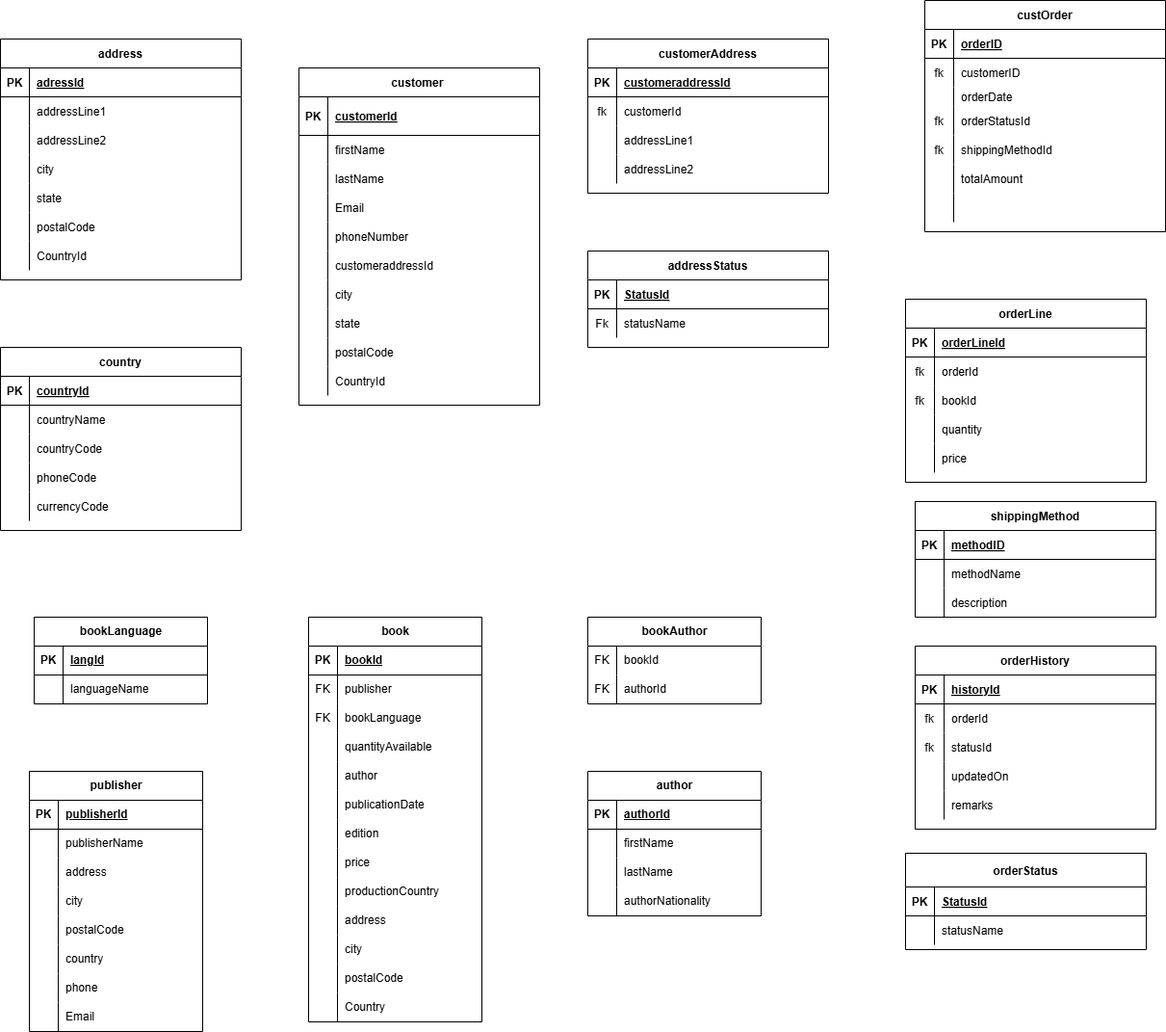
Above: databaseDesignAssignment.drawio.png in SanelisiweZ/Database-group-assignment (draw.io), before the change. Source tidied: cells renumbered, new cells last; positions are measured from the earlier drawing's top-left corner, leaving out a move shared by most shapes.
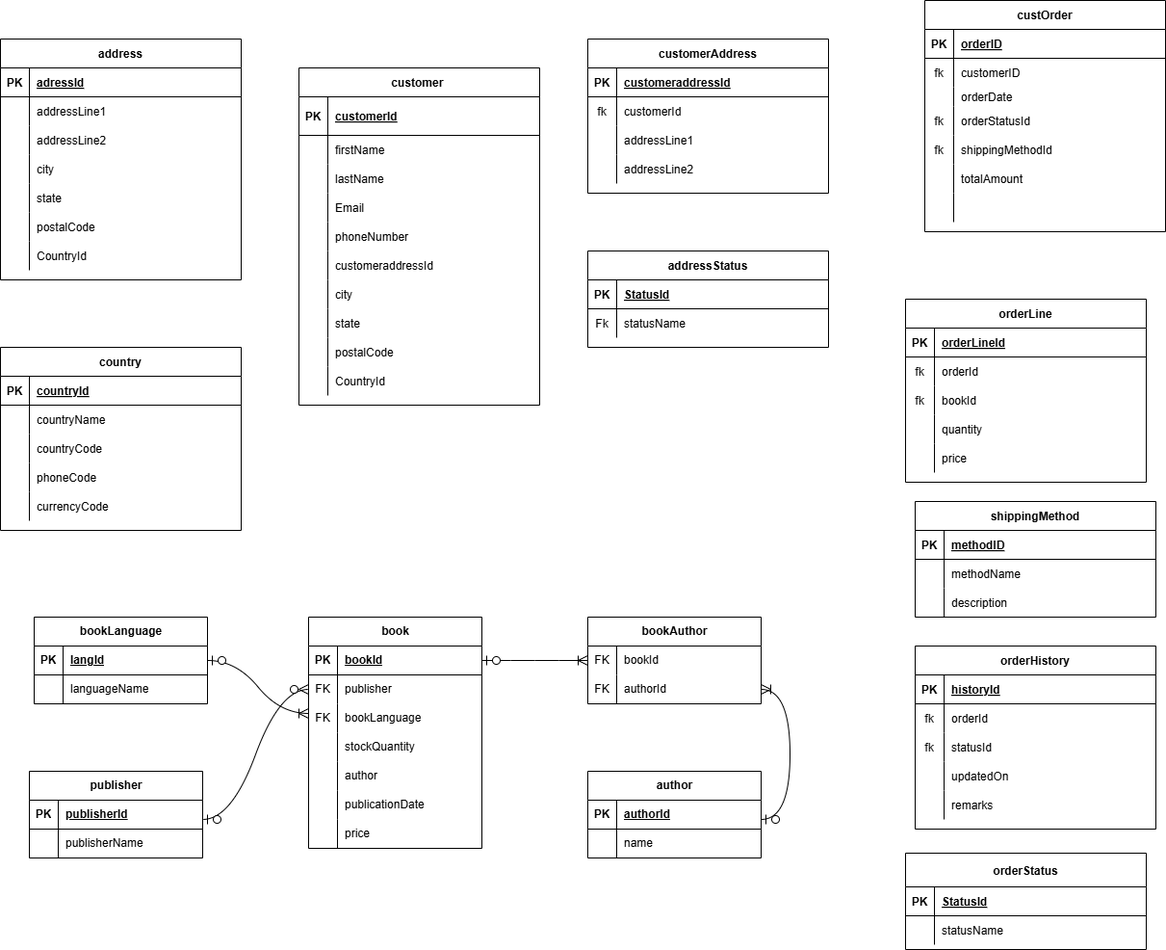
After the commit.

Change to the diagram source:
```diff
@@ -291,7 +291,7 @@
       <mxGeometry x="30" width="150" height="30" as="geometry" />
     </mxCell>
     <mxCell id="98" value="book" style="shape=table;startSize=30;rowLines=0;fontStyle=1;align=center;html=1;" parent="1" vertex="1">
-      <mxGeometry x="320" y="640" width="180" height="420" as="geometry" />
+      <mxGeometry x="320" y="640" width="180" height="240" as="geometry" />
     </mxCell>
     <mxCell id="99" style="shape=tableRow;horizontal=0;startSize=0;swimlaneHead=0;swimlaneBody=0;fillColor=none;points=[[0,0.5],[1,0.5]];portConstraint=eastwest;top=0;left=0;right=0;bottom=1;" parent="98" vertex="1">
       <mxGeometry y="30" width="180" height="30" as="geometry" />
@@ -326,7 +326,7 @@
     <mxCell id="109" style="shape=partialRectangle;fillColor=none;top=0;left=0;bottom=0;right=0;overflow=hidden;whiteSpace=wrap;html=1;" parent="108" vertex="1">
       <mxGeometry width="30" height="30" as="geometry" />
     </mxCell>
-    <mxCell id="110" value="quantityAvailable" style="shape=partialRectangle;fillColor=none;top=0;left=0;bottom=0;right=0;align=left;spacingLeft=6;overflow=hidden;whiteSpace=wrap;html=1;" parent="108" vertex="1">
+    <mxCell id="110" value="stockQuantity" style="shape=partialRectangle;fillColor=none;top=0;left=0;bottom=0;right=0;align=left;spacingLeft=6;overflow=hidden;whiteSpace=wrap;html=1;" parent="108" vertex="1">
       <mxGeometry x="30" width="150" height="30" as="geometry" />
     </mxCell>
     <mxCell id="111" style="shape=tableRow;horizontal=0;startSize=0;swimlaneHead=0;swimlaneBody=0;fillColor=none;top=0;left=0;right=0;bottom=0;" parent="98" vertex="1">
@@ -347,17 +347,8 @@
     <mxCell id="116" value="publicationDate" style="shape=partialRectangle;fillColor=none;top=0;left=0;bottom=0;right=0;align=left;spacingLeft=6;overflow=hidden;whiteSpace=wrap;html=1;" parent="114" vertex="1">
       <mxGeometry x="30" width="150" height="30" as="geometry" />
     </mxCell>
-    <mxCell id="117" style="shape=tableRow;horizontal=0;startSize=0;swimlaneHead=0;swimlaneBody=0;fillColor=none;top=0;left=0;right=0;bottom=0;" parent="98" vertex="1">
-      <mxGeometry y="210" width="180" height="30" as="geometry" />
-    </mxCell>
-    <mxCell id="118" style="shape=partialRectangle;fillColor=none;top=0;left=0;bottom=0;right=0;overflow=hidden;whiteSpace=wrap;html=1;" parent="117" vertex="1">
-      <mxGeometry width="30" height="30" as="geometry" />
-    </mxCell>
-    <mxCell id="119" value="edition" style="shape=partialRectangle;fillColor=none;top=0;left=0;bottom=0;right=0;align=left;spacingLeft=6;overflow=hidden;whiteSpace=wrap;html=1;" parent="117" vertex="1">
-      <mxGeometry x="30" width="150" height="30" as="geometry" />
-    </mxCell>
     <mxCell id="120" style="shape=tableRow;horizontal=0;startSize=0;swimlaneHead=0;swimlaneBody=0;fillColor=none;top=0;left=0;right=0;bottom=0;" parent="98" vertex="1">
-      <mxGeometry y="240" width="180" height="30" as="geometry" />
+      <mxGeometry y="210" width="180" height="30" as="geometry" />
     </mxCell>
     <mxCell id="121" style="shape=partialRectangle;fillColor=none;top=0;left=0;bottom=0;right=0;overflow=hidden;whiteSpace=wrap;html=1;" parent="120" vertex="1">
       <mxGeometry width="30" height="30" as="geometry" />
@@ -365,53 +356,8 @@
     <mxCell id="122" value="price" style="shape=partialRectangle;fillColor=none;top=0;left=0;bottom=0;right=0;align=left;spacingLeft=6;overflow=hidden;whiteSpace=wrap;html=1;" parent="120" vertex="1">
       <mxGeometry x="30" width="150" height="30" as="geometry" />
     </mxCell>
-    <mxCell id="123" style="shape=tableRow;horizontal=0;startSize=0;swimlaneHead=0;swimlaneBody=0;fillColor=none;top=0;left=0;right=0;bottom=0;" parent="98" vertex="1">
-      <mxGeometry y="270" width="180" height="30" as="geometry" />
-    </mxCell>
-    <mxCell id="124" style="shape=partialRectangle;fillColor=none;top=0;left=0;bottom=0;right=0;overflow=hidden;whiteSpace=wrap;html=1;" parent="123" vertex="1">
-      <mxGeometry width="30" height="30" as="geometry" />
-    </mxCell>
-    <mxCell id="125" value="productionCountry" style="shape=partialRectangle;fillColor=none;top=0;left=0;bottom=0;right=0;align=left;spacingLeft=6;overflow=hidden;whiteSpace=wrap;html=1;" parent="123" vertex="1">
-      <mxGeometry x="30" width="150" height="30" as="geometry" />
-    </mxCell>
-    <mxCell id="126" style="shape=tableRow;horizontal=0;startSize=0;swimlaneHead=0;swimlaneBody=0;fillColor=none;top=0;left=0;right=0;bottom=0;" parent="98" vertex="1">
-      <mxGeometry y="300" width="180" height="30" as="geometry" />
-    </mxCell>
-    <mxCell id="127" style="shape=partialRectangle;fillColor=none;top=0;left=0;bottom=0;right=0;overflow=hidden;whiteSpace=wrap;html=1;" parent="126" vertex="1">
-      <mxGeometry width="30" height="30" as="geometry" />
-    </mxCell>
-    <mxCell id="128" value="address" style="shape=partialRectangle;fillColor=none;top=0;left=0;bottom=0;right=0;align=left;spacingLeft=6;overflow=hidden;whiteSpace=wrap;html=1;" parent="126" vertex="1">
-      <mxGeometry x="30" width="150" height="30" as="geometry" />
-    </mxCell>
-    <mxCell id="129" style="shape=tableRow;horizontal=0;startSize=0;swimlaneHead=0;swimlaneBody=0;fillColor=none;top=0;left=0;right=0;bottom=0;" parent="98" vertex="1">
-      <mxGeometry y="330" width="180" height="30" as="geometry" />
-    </mxCell>
-    <mxCell id="130" style="shape=partialRectangle;fillColor=none;top=0;left=0;bottom=0;right=0;overflow=hidden;whiteSpace=wrap;html=1;" parent="129" vertex="1">
-      <mxGeometry width="30" height="30" as="geometry" />
-    </mxCell>
-    <mxCell id="131" value="city" style="shape=partialRectangle;fillColor=none;top=0;left=0;bottom=0;right=0;align=left;spacingLeft=6;overflow=hidden;whiteSpace=wrap;html=1;" parent="129" vertex="1">
-      <mxGeometry x="30" width="150" height="30" as="geometry" />
-    </mxCell>
-    <mxCell id="132" style="shape=tableRow;horizontal=0;startSize=0;swimlaneHead=0;swimlaneBody=0;fillColor=none;top=0;left=0;right=0;bottom=0;" parent="98" vertex="1">
-      <mxGeometry y="360" width="180" height="30" as="geometry" />
-    </mxCell>
-    <mxCell id="133" style="shape=partialRectangle;fillColor=none;top=0;left=0;bottom=0;right=0;overflow=hidden;whiteSpace=wrap;html=1;" parent="132" vertex="1">
-      <mxGeometry width="30" height="30" as="geometry" />
-    </mxCell>
-    <mxCell id="134" value="postalCode" style="shape=partialRectangle;fillColor=none;top=0;left=0;bottom=0;right=0;align=left;spacingLeft=6;overflow=hidden;whiteSpace=wrap;html=1;" parent="132" vertex="1">
-      <mxGeometry x="30" width="150" height="30" as="geometry" />
-    </mxCell>
-    <mxCell id="135" style="shape=tableRow;horizontal=0;startSize=0;swimlaneHead=0;swimlaneBody=0;fillColor=none;top=0;left=0;right=0;bottom=0;" parent="98" vertex="1">
-      <mxGeometry y="390" width="180" height="30" as="geometry" />
-    </mxCell>
-    <mxCell id="136" style="shape=partialRectangle;fillColor=none;top=0;left=0;bottom=0;right=0;overflow=hidden;whiteSpace=wrap;html=1;" parent="135" vertex="1">
-      <mxGeometry width="30" height="30" as="geometry" />
-    </mxCell>
-    <mxCell id="137" value="Country" style="shape=partialRectangle;fillColor=none;top=0;left=0;bottom=0;right=0;align=left;spacingLeft=6;overflow=hidden;whiteSpace=wrap;html=1;" parent="135" vertex="1">
-      <mxGeometry x="30" width="150" height="30" as="geometry" />
-    </mxCell>
     <mxCell id="138" value="publisher" style="shape=table;startSize=30;rowLines=0;fontStyle=1;align=center;html=1;" parent="1" vertex="1">
-      <mxGeometry x="30" y="800" width="180" height="270" as="geometry" />
+      <mxGeometry x="30" y="800" width="180" height="90" as="geometry" />
     </mxCell>
     <mxCell id="139" style="shape=tableRow;horizontal=0;startSize=0;swimlaneHead=0;swimlaneBody=0;fillColor=none;top=0;left=0;right=0;bottom=1;" parent="138" vertex="1">
       <mxGeometry y="30" width="180" height="30" as="geometry" />
@@ -431,60 +377,6 @@
     <mxCell id="144" value="publisherName" style="shape=partialRectangle;fillColor=none;top=0;left=0;bottom=0;right=0;align=left;spacingLeft=6;overflow=hidden;whiteSpace=wrap;html=1;" parent="142" vertex="1">
       <mxGeometry x="30" width="150" height="30" as="geometry" />
     </mxCell>
-    <mxCell id="145" style="shape=tableRow;horizontal=0;startSize=0;swimlaneHead=0;swimlaneBody=0;fillColor=none;top=0;left=0;right=0;bottom=0;" parent="138" vertex="1">
-      <mxGeometry y="90" width="180" height="30" as="geometry" />
-    </mxCell>
-    <mxCell id="146" style="shape=partialRectangle;fillColor=none;top=0;left=0;bottom=0;right=0;overflow=hidden;whiteSpace=wrap;html=1;" parent="145" vertex="1">
-      <mxGeometry width="30" height="30" as="geometry" />
-    </mxCell>
-    <mxCell id="147" value="address" style="shape=partialRectangle;fillColor=none;top=0;left=0;bottom=0;right=0;align=left;spacingLeft=6;overflow=hidden;whiteSpace=wrap;html=1;" parent="145" vertex="1">
-      <mxGeometry x="30" width="150" height="30" as="geometry" />
-    </mxCell>
-    <mxCell id="148" style="shape=tableRow;horizontal=0;startSize=0;swimlaneHead=0;swimlaneBody=0;fillColor=none;top=0;left=0;right=0;bottom=0;" parent="138" vertex="1">
-      <mxGeometry y="120" width="180" height="30" as="geometry" />
-    </mxCell>
-    <mxCell id="149" style="shape=partialRectangle;fillColor=none;top=0;left=0;bottom=0;right=0;overflow=hidden;whiteSpace=wrap;html=1;" parent="148" vertex="1">
-      <mxGeometry width="30" height="30" as="geometry" />
-    </mxCell>
-    <mxCell id="150" value="city" style="shape=partialRectangle;fillColor=none;top=0;left=0;bottom=0;right=0;align=left;spacingLeft=6;overflow=hidden;whiteSpace=wrap;html=1;" parent="148" vertex="1">
-      <mxGeometry x="30" width="150" height="30" as="geometry" />
-    </mxCell>
-    <mxCell id="151" style="shape=tableRow;horizontal=0;startSize=0;swimlaneHead=0;swimlaneBody=0;fillColor=none;top=0;left=0;right=0;bottom=0;" parent="138" vertex="1">
-      <mxGeometry y="150" width="180" height="30" as="geometry" />
-    </mxCell>
-    <mxCell id="152" style="shape=partialRectangle;fillColor=none;top=0;left=0;bottom=0;right=0;overflow=hidden;whiteSpace=wrap;html=1;" parent="151" vertex="1">
-      <mxGeometry width="30" height="30" as="geometry" />
-    </mxCell>
-    <mxCell id="153" value="postalCode" style="shape=partialRectangle;fillColor=none;top=0;left=0;bottom=0;right=0;align=left;spacingLeft=6;overflow=hidden;whiteSpace=wrap;html=1;" parent="151" vertex="1">
-      <mxGeometry x="30" width="150" height="30" as="geometry" />
-    </mxCell>
-    <mxCell id="154" style="shape=tableRow;horizontal=0;startSize=0;swimlaneHead=0;swimlaneBody=0;fillColor=none;top=0;left=0;right=0;bottom=0;" parent="138" vertex="1">
-      <mxGeometry y="180" width="180" height="30" as="geometry" />
-    </mxCell>
-    <mxCell id="155" style="shape=partialRectangle;fillColor=none;top=0;left=0;bottom=0;right=0;overflow=hidden;whiteSpace=wrap;html=1;" parent="154" vertex="1">
-      <mxGeometry width="30" height="30" as="geometry" />
-    </mxCell>
-    <mxCell id="156" value="country" style="shape=partialRectangle;fillColor=none;top=0;left=0;bottom=0;right=0;align=left;spacingLeft=6;overflow=hidden;whiteSpace=wrap;html=1;" parent="154" vertex="1">
-      <mxGeometry x="30" width="150" height="30" as="geometry" />
-    </mxCell>
-    <mxCell id="157" style="shape=tableRow;horizontal=0;startSize=0;swimlaneHead=0;swimlaneBody=0;fillColor=none;top=0;left=0;right=0;bottom=0;" parent="138" vertex="1">
-      <mxGeometry y="210" width="180" height="30" as="geometry" />
-    </mxCell>
-    <mxCell id="158" style="shape=partialRectangle;fillColor=none;top=0;left=0;bottom=0;right=0;overflow=hidden;whiteSpace=wrap;html=1;" parent="157" vertex="1">
-      <mxGeometry width="30" height="30" as="geometry" />
-    </mxCell>
-    <mxCell id="159" value="phone" style="shape=partialRectangle;fillColor=none;top=0;left=0;bottom=0;right=0;align=left;spacingLeft=6;overflow=hidden;whiteSpace=wrap;html=1;" parent="157" vertex="1">
-      <mxGeometry x="30" width="150" height="30" as="geometry" />
-    </mxCell>
-    <mxCell id="160" style="shape=tableRow;horizontal=0;startSize=0;swimlaneHead=0;swimlaneBody=0;fillColor=none;top=0;left=0;right=0;bottom=0;" parent="138" vertex="1">
-      <mxGeometry y="240" width="180" height="30" as="geometry" />
-    </mxCell>
-    <mxCell id="161" style="shape=partialRectangle;fillColor=none;top=0;left=0;bottom=0;right=0;overflow=hidden;whiteSpace=wrap;html=1;" parent="160" vertex="1">
-      <mxGeometry width="30" height="30" as="geometry" />
-    </mxCell>
-    <mxCell id="162" value="Email" style="shape=partialRectangle;fillColor=none;top=0;left=0;bottom=0;right=0;align=left;spacingLeft=6;overflow=hidden;whiteSpace=wrap;html=1;" parent="160" vertex="1">
-      <mxGeometry x="30" width="150" height="30" as="geometry" />
-    </mxCell>
     <mxCell id="163" value="bookAuthor" style="shape=table;startSize=30;rowLines=0;fontStyle=1;align=center;html=1;" parent="1" vertex="1">
       <mxGeometry x="610" y="640" width="180" height="90" as="geometry" />
     </mxCell>
@@ -507,7 +399,7 @@
       <mxGeometry x="30" width="150" height="30" as="geometry" />
     </mxCell>
     <mxCell id="170" value="author" style="shape=table;startSize=30;rowLines=0;fontStyle=1;align=center;html=1;" parent="1" vertex="1">
-      <mxGeometry x="610" y="800" width="180" height="150" as="geometry" />
+      <mxGeometry x="610" y="800" width="180" height="90" as="geometry" />
     </mxCell>
     <mxCell id="171" style="shape=tableRow;horizontal=0;startSize=0;swimlaneHead=0;swimlaneBody=0;fillColor=none;top=0;left=0;right=0;bottom=1;" parent="170" vertex="1">
       <mxGeometry y="30" width="180" height="30" as="geometry" />
@@ -524,27 +416,9 @@
     <mxCell id="175" style="shape=partialRectangle;fillColor=none;top=0;left=0;bottom=0;right=0;overflow=hidden;whiteSpace=wrap;html=1;" parent="174" vertex="1">
       <mxGeometry width="30" height="30" as="geometry" />
     </mxCell>
-    <mxCell id="176" value="firstName" style="shape=partialRectangle;fillColor=none;top=0;left=0;bottom=0;right=0;align=left;spacingLeft=6;overflow=hidden;whiteSpace=wrap;html=1;" parent="174" vertex="1">
+    <mxCell id="176" value="name" style="shape=partialRectangle;fillColor=none;top=0;left=0;bottom=0;right=0;align=left;spacingLeft=6;overflow=hidden;whiteSpace=wrap;html=1;" parent="174" vertex="1">
       <mxGeometry x="30" width="150" height="30" as="geometry" />
     </mxCell>
-    <mxCell id="177" style="shape=tableRow;horizontal=0;startSize=0;swimlaneHead=0;swimlaneBody=0;fillColor=none;top=0;left=0;right=0;bottom=0;" parent="170" vertex="1">
-      <mxGeometry y="90" width="180" height="30" as="geometry" />
-    </mxCell>
-    <mxCell id="178" style="shape=partialRectangle;fillColor=none;top=0;left=0;bottom=0;right=0;overflow=hidden;whiteSpace=wrap;html=1;" parent="177" vertex="1">
-      <mxGeometry width="30" height="30" as="geometry" />
-    </mxCell>
-    <mxCell id="179" value="lastName" style="shape=partialRectangle;fillColor=none;top=0;left=0;bottom=0;right=0;align=left;spacingLeft=6;overflow=hidden;whiteSpace=wrap;html=1;" parent="177" vertex="1">
-      <mxGeometry x="30" width="150" height="30" as="geometry" />
-    </mxCell>
-    <mxCell id="180" style="shape=tableRow;horizontal=0;startSize=0;swimlaneHead=0;swimlaneBody=0;fillColor=none;top=0;left=0;right=0;bottom=0;" parent="170" vertex="1">
-      <mxGeometry y="120" width="180" height="30" as="geometry" />
-    </mxCell>
-    <mxCell id="181" style="shape=partialRectangle;fillColor=none;top=0;left=0;bottom=0;right=0;overflow=hidden;whiteSpace=wrap;html=1;" parent="180" vertex="1">
-      <mxGeometry width="30" height="30" as="geometry" />
-    </mxCell>
-    <mxCell id="182" value="authorNationality" style="shape=partialRectangle;fillColor=none;top=0;left=0;bottom=0;right=0;align=left;spacingLeft=6;overflow=hidden;whiteSpace=wrap;html=1;" parent="180" vertex="1">
-      <mxGeometry x="30" width="150" height="30" as="geometry" />
-    </mxCell>
     <mxCell id="183" value="custOrder" style="shape=table;startSize=30;rowLines=0;fontStyle=1;align=center;" parent="1" vertex="1">
       <mxGeometry x="960" width="250" height="240" as="geometry" />
     </mxCell>
@@ -758,5 +632,34 @@
     <mxCell id="253" value="statusName" style="shape=partialRectangle;overflow=hidden;fillColor=none;top=0;left=0;bottom=0;right=0;align=left;spacingLeft=6;" parent="251" vertex="1">
       <mxGeometry x="30" width="220" height="30" as="geometry" />
     </mxCell>
+    <mxCell id="254" style="edgeStyle=entityRelationEdgeStyle;fontSize=12;html=1;endArrow=ERzeroToMany;startArrow=ERzeroToOne;rounded=0;startSize=8;endSize=8;curved=1;entryX=0;entryY=0.5;entryDx=0;entryDy=0;" parent="1" edge="1" target="102">
+      <mxGeometry relative="1" as="geometry">
+        <mxPoint x="210" y="850" as="sourcePoint" />
+      </mxGeometry>
+    </mxCell>
+    <mxCell id="255" style="edgeStyle=entityRelationEdgeStyle;fontSize=12;html=1;endArrow=ERoneToMany;startArrow=ERzeroToOne;rounded=0;startSize=8;endSize=8;curved=1;exitX=1;exitY=0.5;exitDx=0;exitDy=0;entryX=0;entryY=0.5;entryDx=0;entryDy=0;" parent="1" edge="1" source="99" target="164">
+      <mxGeometry relative="1" as="geometry">
+        <Array as="points">
+          <mxPoint x="640" y="680" />
+        </Array>
+      </mxGeometry>
+    </mxCell>
+    <mxCell id="256" style="edgeStyle=entityRelationEdgeStyle;fontSize=12;html=1;endArrow=ERoneToMany;startArrow=ERzeroToOne;rounded=0;startSize=8;endSize=8;curved=1;" parent="1" edge="1" target="167">
+      <mxGeometry relative="1" as="geometry">
+        <mxPoint x="790" y="850" as="sourcePoint" />
+        <Array as="points">
+          <mxPoint x="870" y="790" />
+        </Array>
+      </mxGeometry>
+    </mxCell>
+    <mxCell id="257" style="edgeStyle=entityRelationEdgeStyle;fontSize=12;html=1;endArrow=ERoneToMany;startArrow=ERzeroToOne;rounded=0;startSize=8;endSize=8;curved=1;exitX=1;exitY=0.5;exitDx=0;exitDy=0;" parent="1" edge="1" source="92">
+      <mxGeometry relative="1" as="geometry">
+        <mxPoint x="320" y="740" as="targetPoint" />
+        <Array as="points">
+          <mxPoint x="280" y="790" />
+          <mxPoint x="160" y="760" />
+        </Array>
+      </mxGeometry>
+    </mxCell>
   </root>
 </mxGraphModel>
```
